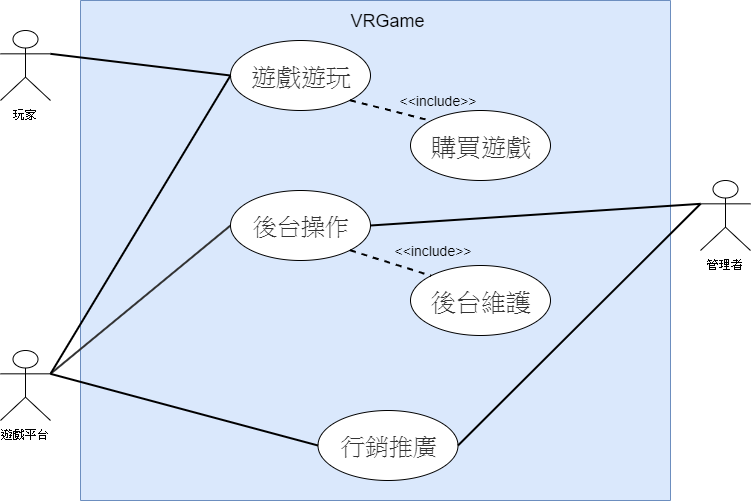
Above: All使用案例圖.png in 0624036/0624036_OO (draw.io), before the change. Source tidied: cells renumbered, new cells last; positions are measured from the earlier drawing's top-left corner, leaving out a move shared by most shapes.
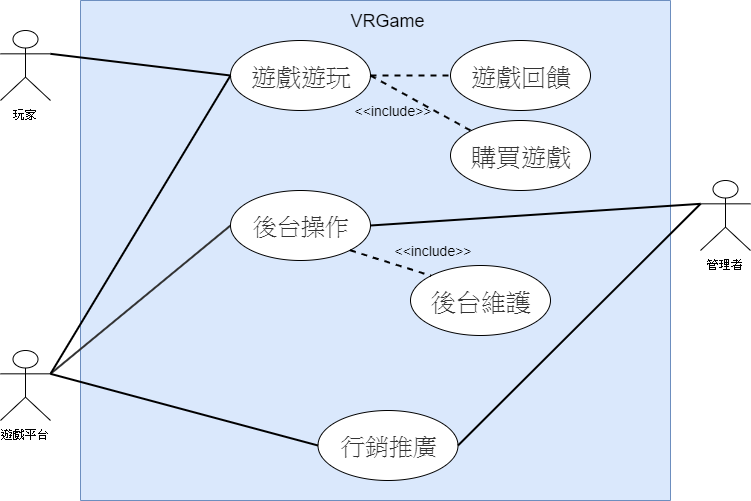
The same file after the commit.

Commit message:
Added All使用案例圖.png

The edit, as a diff of the source:
```diff
@@ -26,6 +26,9 @@
     <mxCell id="9" value="&lt;span style=&quot;color: rgb(51 , 51 , 51) ; font-size: 25px&quot;&gt;遊戲遊玩&lt;/span&gt;" style="ellipse;whiteSpace=wrap;html=1;" parent="1" vertex="1">
       <mxGeometry x="230" y="40" width="140" height="70" as="geometry" />
     </mxCell>
+    <mxCell id="22" value="&lt;span style=&quot;color: rgb(51 , 51 , 51) ; font-size: 25px&quot;&gt;遊戲回饋&lt;/span&gt;" style="ellipse;whiteSpace=wrap;html=1;" parent="1" vertex="1">
+      <mxGeometry x="450" y="40" width="140" height="70" as="geometry" />
+    </mxCell>
     <mxCell id="10" value="&lt;font color=&quot;#333333&quot;&gt;&lt;span style=&quot;font-size: 24px&quot;&gt;後台操作&lt;/span&gt;&lt;/font&gt;" style="ellipse;whiteSpace=wrap;html=1;" parent="1" vertex="1">
       <mxGeometry x="230" y="190" width="140" height="70" as="geometry" />
     </mxCell>
@@ -45,13 +48,13 @@
       <mxGeometry relative="1" as="geometry" />
     </mxCell>
     <mxCell id="16" value="&lt;font color=&quot;#333333&quot;&gt;&lt;span style=&quot;font-size: 25px&quot;&gt;購買遊戲&lt;/span&gt;&lt;/font&gt;" style="ellipse;whiteSpace=wrap;html=1;" parent="1" vertex="1">
-      <mxGeometry x="410" y="110" width="140" height="70" as="geometry" />
+      <mxGeometry x="450" y="120" width="140" height="70" as="geometry" />
     </mxCell>
-    <mxCell id="17" style="endArrow=none;html=1;fontSize=17;entryX=0;entryY=0;entryDx=0;entryDy=0;strokeWidth=2;exitX=1;exitY=1;exitDx=0;exitDy=0;dashed=1;" parent="1" edge="1" source="9" target="16">
+    <mxCell id="17" style="endArrow=none;html=1;fontSize=17;entryX=0;entryY=0;entryDx=0;entryDy=0;strokeWidth=2;exitX=1;exitY=0.5;exitDx=0;exitDy=0;dashed=1;" parent="1" edge="1" source="9" target="16">
       <mxGeometry relative="1" as="geometry" />
     </mxCell>
     <mxCell id="18" value="&lt;font style=&quot;font-size: 14px&quot;&gt;&amp;lt;&amp;lt;include&amp;gt;&amp;gt;&lt;/font&gt;" style="text;html=1;strokeColor=none;fillColor=none;align=center;verticalAlign=middle;whiteSpace=wrap;rounded=0;" parent="1" vertex="1">
-      <mxGeometry x="393" y="90" width="90" height="20" as="geometry" />
+      <mxGeometry x="348" y="100" width="90" height="20" as="geometry" />
     </mxCell>
     <mxCell id="19" value="&lt;font color=&quot;#333333&quot;&gt;&lt;span style=&quot;font-size: 25px&quot;&gt;後台維護&lt;/span&gt;&lt;/font&gt;" style="ellipse;whiteSpace=wrap;html=1;" parent="1" vertex="1">
       <mxGeometry x="410" y="265" width="140" height="70" as="geometry" />
@@ -62,5 +65,8 @@
     <mxCell id="21" value="&lt;font style=&quot;font-size: 14px&quot;&gt;&amp;lt;&amp;lt;include&amp;gt;&amp;gt;&lt;/font&gt;" style="text;html=1;strokeColor=none;fillColor=none;align=center;verticalAlign=middle;whiteSpace=wrap;rounded=0;" parent="1" vertex="1">
       <mxGeometry x="387.5" y="240" width="90" height="20" as="geometry" />
     </mxCell>
+    <mxCell id="23" style="endArrow=none;html=1;fontSize=17;entryX=0;entryY=0.5;entryDx=0;entryDy=0;strokeWidth=2;exitX=1;exitY=0.5;exitDx=0;exitDy=0;dashed=1;" parent="1" edge="1" source="9" target="22">
+      <mxGeometry relative="1" as="geometry" />
+    </mxCell>
   </root>
 </mxGraphModel>
```
